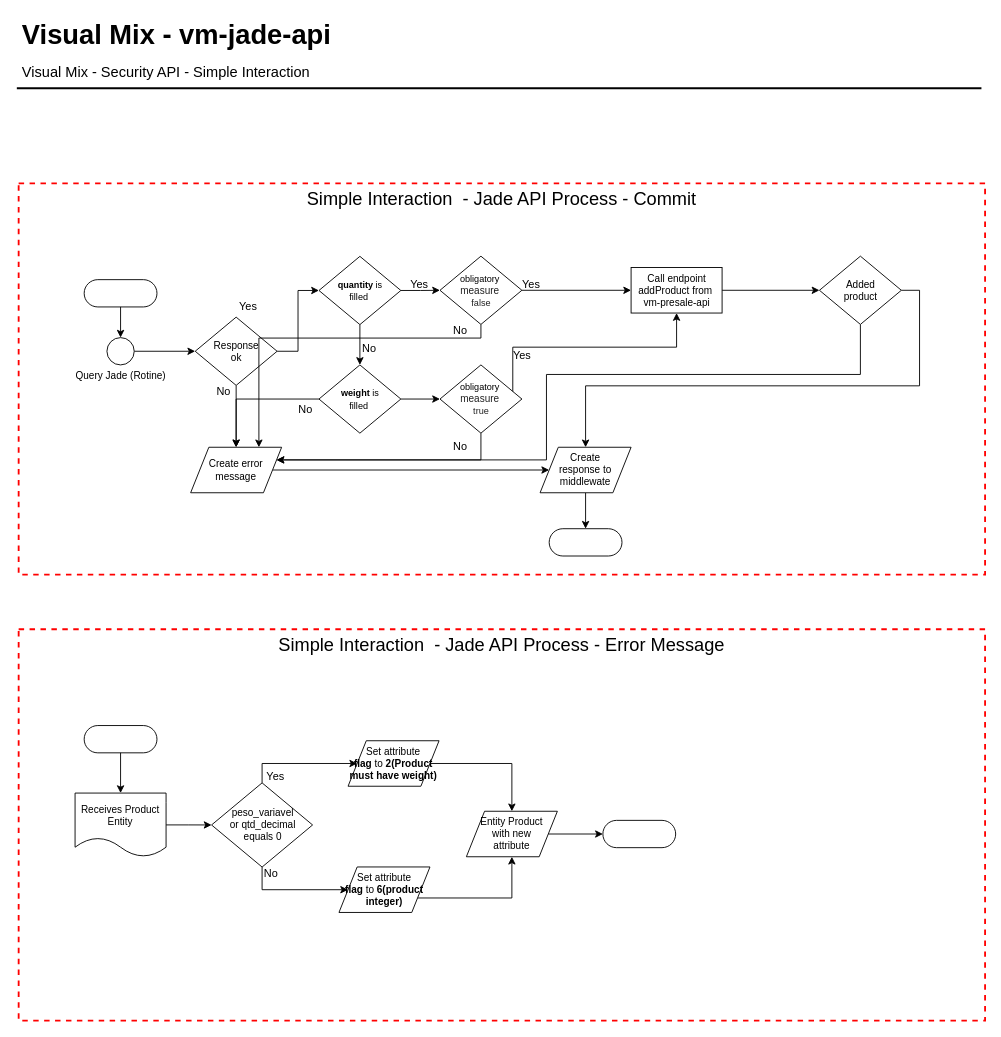
This is page "Simple Commit Interaction" (3 of 3) of vm-jade-api.drawio from Wiu0/diagram, a draw.io file, before an edit. Source tidied: cells renumbered, new cells numbered last; positions are measured from the earlier drawing's top-left corner, leaving out a move shared by most shapes. Both pictures are drawn from the tidied source at 91%, with x=0, y=0 at pixel (16, 15).
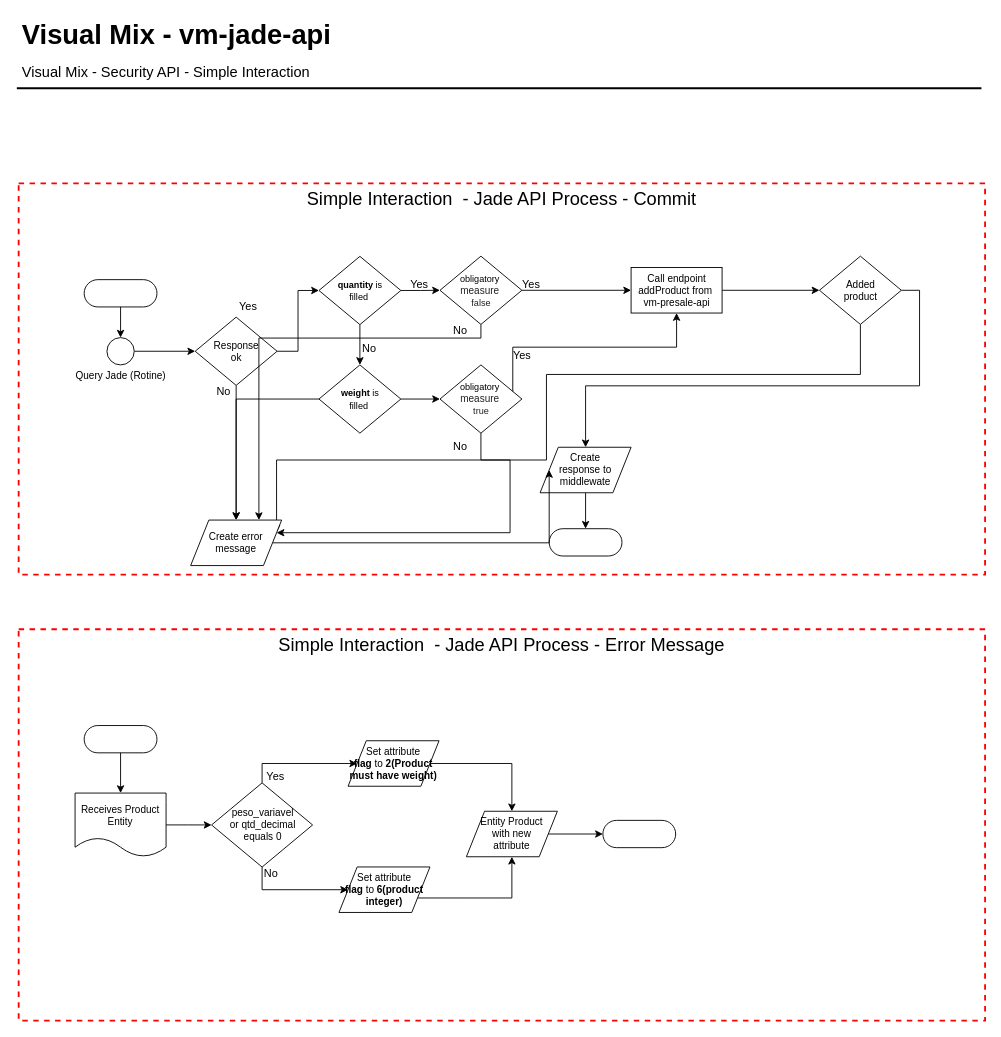
The same page after the edit.

Unchanged cells that the change refers to:
```xml
<mxCell id="6" value="Simple Interaction &amp;nbsp;- Jade API Process - Commit" style="fontStyle=0;verticalAlign=top;align=center;spacingTop=-2;fillColor=none;rounded=0;whiteSpace=wrap;html=1;strokeColor=#FF0000;strokeWidth=2;dashed=1;fontSize=20;" parent="1" vertex="1">
  <mxGeometry x="2" y="184" width="1062" height="430" as="geometry" />
</mxCell>
<mxCell id="41" value="&lt;font style=&quot;font-size: 10px&quot;&gt;obligatory&amp;nbsp;&lt;br&gt;&lt;span style=&quot;color: rgba(0 , 0 , 0 , 0.87) ; font-family: &amp;#34;arial&amp;#34; , sans-serif ; font-size: 11px ; text-align: left ; background-color: rgb(255 , 255 , 255)&quot;&gt;measure&lt;/span&gt;&amp;nbsp;&lt;br&gt;&lt;/font&gt;&lt;span style=&quot;color: rgba(0 , 0 , 0 , 0.87) ; font-family: &amp;#34;arial&amp;#34; , sans-serif ; text-align: left ; background-color: rgb(255 , 255 , 255) ; font-size: 10px&quot;&gt;true&lt;br&gt;&lt;/span&gt;" style="shape=rhombus;html=1;dashed=0;whitespace=wrap;perimeter=rhombusPerimeter;fontSize=11;horizontal=1;verticalAlign=middle;spacing=0;" parent="6" vertex="1">
  <mxGeometry x="463" y="199.5" width="90" height="75" as="geometry" />
</mxCell>
```

Change to the diagram source:
```diff
@@
     <mxCell id="26" value="Create error message" style="shape=parallelogram;perimeter=parallelogramPerimeter;whiteSpace=wrap;html=1;dashed=0;fontSize=11;align=center;" parent="6" vertex="1">
-      <mxGeometry x="189" y="290" width="100" height="50" as="geometry" />
+      <mxGeometry x="189" y="370" width="100" height="50" as="geometry" />
     </mxCell>
@@
-    <mxCell id="34" value="&lt;font style=&quot;font-size: 12px&quot;&gt;No&lt;/font&gt;" style="text;html=1;align=center;verticalAlign=middle;fontSize=20;" parent="6" vertex="1">
-      <mxGeometry x="300" y="230" width="30" height="30" as="geometry" />
-    </mxCell>
@@
     <mxCell id="39" style="edgeStyle=orthogonalEdgeStyle;rounded=0;jettySize=auto;html=1;exitX=0.5;exitY=1;exitDx=0;exitDy=0;entryX=1;entryY=0.25;entryDx=0;entryDy=0;fontSize=11;" parent="6" edge="1" source="41" target="26">
       <mxGeometry relative="1" as="geometry">
         <Array as="points">
           <mxPoint x="508" y="304" />
+          <mxPoint x="540" y="304" />
+          <mxPoint x="540" y="384" />
         </Array>
       </mxGeometry>
     </mxCell>
```
